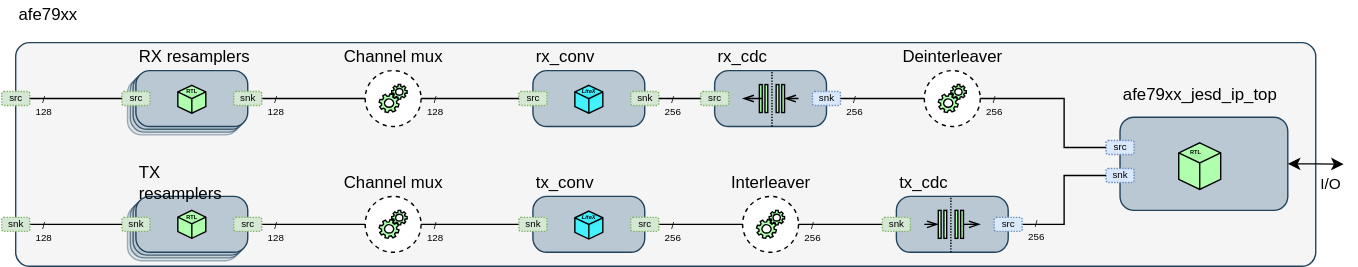
This is docs/docs/afe79xx/afe79xx.drawio.svg from myriadrf/LimeDFB, a draw.io export, as it was before one commit. Source tidied: cells renumbered, new cells last; positions are measured from the earlier drawing's top-left corner, leaving out a move shared by most shapes.
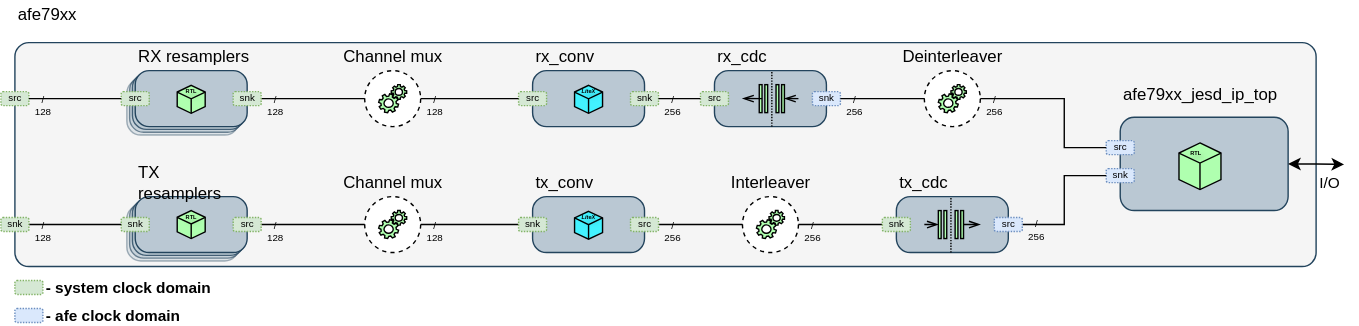
The same diagram one commit later.

Commit message:
Docs: Add missing clock domain legend to afe diagram

Change to the diagram source:
```diff
@@ -402,5 +402,17 @@
     <mxCell id="126" value="/&lt;div&gt;128&lt;/div&gt;" style="text;strokeColor=none;align=center;fillColor=none;html=1;verticalAlign=middle;whiteSpace=wrap;rounded=0;fontSize=7;" parent="1" vertex="1">
       <mxGeometry x="300" y="155" width="20" height="20" as="geometry" />
     </mxCell>
+    <mxCell id="127" style="rounded=1;whiteSpace=wrap;html=1;fillColor=#d5e8d4;strokeColor=#82b366;fontStyle=0;textShadow=0;dashed=1;dashPattern=1 1;fontSize=7;" parent="1" vertex="1">
+      <mxGeometry x="10" y="200" width="20" height="10" as="geometry" />
+    </mxCell>
+    <mxCell id="128" style="rounded=1;whiteSpace=wrap;html=1;fillColor=#dae8fc;strokeColor=#6c8ebf;fontStyle=0;textShadow=0;dashed=1;dashPattern=1 1;fontSize=7;" parent="1" vertex="1">
+      <mxGeometry x="10" y="220" width="20" height="10" as="geometry" />
+    </mxCell>
+    <mxCell id="129" value="&lt;font style=&quot;font-size: 11px;&quot;&gt;- system clock domain&lt;/font&gt;" style="text;strokeColor=none;align=left;fillColor=none;html=1;verticalAlign=middle;whiteSpace=wrap;rounded=0;fontStyle=1;" parent="1" vertex="1">
+      <mxGeometry x="30" y="200" width="162" height="10" as="geometry" />
+    </mxCell>
+    <mxCell id="130" value="&lt;font style=&quot;font-size: 11px;&quot;&gt;- afe clock domain&lt;/font&gt;" style="text;strokeColor=none;align=left;fillColor=none;html=1;verticalAlign=middle;whiteSpace=wrap;rounded=0;fontStyle=1;" parent="1" vertex="1">
+      <mxGeometry x="30" y="220" width="162" height="10" as="geometry" />
+    </mxCell>
   </root>
 </mxGraphModel>
```
